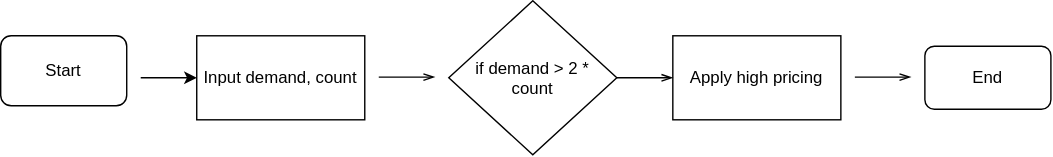
indprog/indprog-i-know-flowchart-aleynaunsal1 keeps this draw.io diagram as flowchart3.drawio.svg. Above is the earlier version. Source tidied: cells renumbered, new cells last; positions are measured from the earlier drawing's top-left corner, leaving out a move shared by most shapes. The source it was exported from:
```xml
<mxGraphModel>
  <root>
    <mxCell id="0" />
    <mxCell id="1" parent="0" />
    <mxCell id="2" value="Start" style="rounded=1;whiteSpace=wrap;html=1;" parent="1" vertex="1">
      <mxGeometry y="25" width="90" height="50" as="geometry" />
    </mxCell>
    <mxCell id="3" style="endArrow=classic;html=1;rounded=0;" parent="1" edge="1">
      <mxGeometry relative="1" as="geometry">
        <mxPoint x="100" y="55" as="sourcePoint" />
        <mxPoint x="140" y="55" as="targetPoint" />
      </mxGeometry>
    </mxCell>
    <mxCell id="4" value="Input demand, count" style="rounded=0;whiteSpace=wrap;html=1;" parent="1" vertex="1">
      <mxGeometry x="140" y="25" width="120" height="60" as="geometry" />
    </mxCell>
    <mxCell id="5" value="if demand &amp;gt; 2 * count" style="rhombus;whiteSpace=wrap;html=1;shapeInside=1;" parent="1" vertex="1">
      <mxGeometry x="320" width="120" height="110" as="geometry" />
    </mxCell>
    <mxCell id="6" style="endArrow=openThin;html=1;rounded=0;endFill=0;" parent="1" edge="1">
      <mxGeometry relative="1" as="geometry">
        <mxPoint x="270" y="54.5" as="sourcePoint" />
        <mxPoint x="310" y="54.5" as="targetPoint" />
      </mxGeometry>
    </mxCell>
    <mxCell id="7" value="Apply high pricing" style="rounded=0;whiteSpace=wrap;html=1;" parent="1" vertex="1">
      <mxGeometry x="480" y="25" width="120" height="60" as="geometry" />
    </mxCell>
    <mxCell id="8" style="endArrow=openThin;html=1;rounded=0;endFill=0;" parent="1" edge="1">
      <mxGeometry relative="1" as="geometry">
        <mxPoint x="440" y="55" as="sourcePoint" />
        <mxPoint x="480" y="55" as="targetPoint" />
      </mxGeometry>
    </mxCell>
    <mxCell id="9" value="End" style="rounded=1;whiteSpace=wrap;html=1;" parent="1" vertex="1">
      <mxGeometry x="660" y="32.5" width="90" height="45" as="geometry" />
    </mxCell>
    <mxCell id="10" style="endArrow=openThin;html=1;rounded=0;endFill=0;" parent="1" edge="1">
      <mxGeometry relative="1" as="geometry">
        <mxPoint x="610" y="54.5" as="sourcePoint" />
        <mxPoint x="650" y="54.5" as="targetPoint" />
      </mxGeometry>
    </mxCell>
  </root>
</mxGraphModel>
```
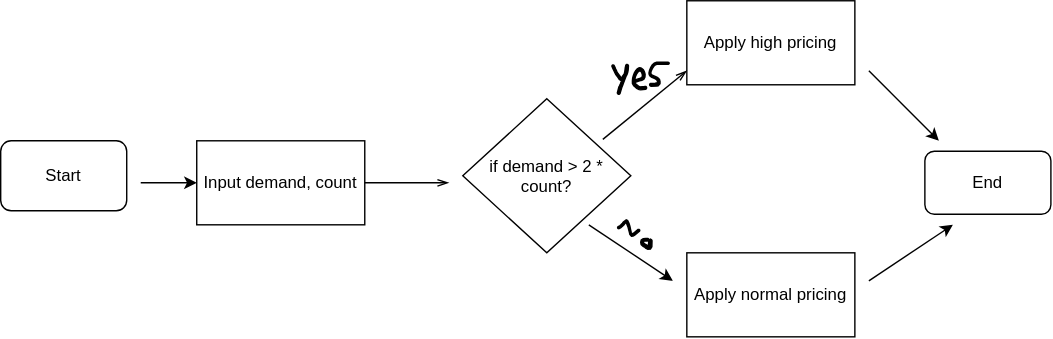
The same diagram one commit later.

The edit, as a diff of the source:
```diff
@@ -14,22 +14,16 @@
     <mxCell id="4" value="Input demand, count" style="rounded=0;whiteSpace=wrap;html=1;" parent="1" vertex="1">
       <mxGeometry x="140" y="25" width="120" height="60" as="geometry" />
     </mxCell>
-    <mxCell id="5" value="if demand &amp;gt; 2 * count" style="rhombus;whiteSpace=wrap;html=1;shapeInside=1;" parent="1" vertex="1">
-      <mxGeometry x="320" width="120" height="110" as="geometry" />
+    <mxCell id="5" value="if demand &amp;gt; 2 * count?" style="rhombus;whiteSpace=wrap;html=1;shapeInside=1;" parent="1" vertex="1">
+      <mxGeometry x="330" y="-5" width="120" height="110" as="geometry" />
     </mxCell>
-    <mxCell id="6" style="endArrow=openThin;html=1;rounded=0;endFill=0;" parent="1" edge="1">
-      <mxGeometry relative="1" as="geometry">
-        <mxPoint x="270" y="54.5" as="sourcePoint" />
-        <mxPoint x="310" y="54.5" as="targetPoint" />
-      </mxGeometry>
-    </mxCell>
     <mxCell id="7" value="Apply high pricing" style="rounded=0;whiteSpace=wrap;html=1;" parent="1" vertex="1">
-      <mxGeometry x="480" y="25" width="120" height="60" as="geometry" />
+      <mxGeometry x="490" y="-75" width="120" height="60" as="geometry" />
     </mxCell>
     <mxCell id="8" style="endArrow=openThin;html=1;rounded=0;endFill=0;" parent="1" edge="1">
       <mxGeometry relative="1" as="geometry">
-        <mxPoint x="440" y="55" as="sourcePoint" />
-        <mxPoint x="480" y="55" as="targetPoint" />
+        <mxPoint x="430" y="24" as="sourcePoint" />
+        <mxPoint x="490" y="-25" as="targetPoint" />
       </mxGeometry>
     </mxCell>
     <mxCell id="9" value="End" style="rounded=1;whiteSpace=wrap;html=1;" parent="1" vertex="1">
@@ -37,9 +31,45 @@
     </mxCell>
     <mxCell id="10" style="endArrow=openThin;html=1;rounded=0;endFill=0;" parent="1" edge="1">
       <mxGeometry relative="1" as="geometry">
-        <mxPoint x="610" y="54.5" as="sourcePoint" />
-        <mxPoint x="650" y="54.5" as="targetPoint" />
+        <mxPoint x="260" y="55" as="sourcePoint" />
+        <mxPoint x="320" y="55" as="targetPoint" />
       </mxGeometry>
     </mxCell>
+    <mxCell id="11" value="Apply normal pricing" style="rounded=0;whiteSpace=wrap;html=1;" parent="1" vertex="1">
+      <mxGeometry x="490" y="105" width="120" height="60" as="geometry" />
+    </mxCell>
+    <mxCell id="12" style="endArrow=classic;html=1;rounded=0;" parent="1" edge="1">
+      <mxGeometry relative="1" as="geometry">
+        <mxPoint x="420" y="85" as="sourcePoint" />
+        <mxPoint x="480" y="125" as="targetPoint" />
+      </mxGeometry>
+    </mxCell>
+    <mxCell id="13" style="endArrow=classic;html=1;rounded=0;" parent="1" edge="1">
+      <mxGeometry relative="1" as="geometry">
+        <mxPoint x="620" y="-25" as="sourcePoint" />
+        <mxPoint x="670" y="25" as="targetPoint" />
+      </mxGeometry>
+    </mxCell>
+    <mxCell id="14" style="endArrow=classic;html=1;rounded=0;" parent="1" edge="1">
+      <mxGeometry relative="1" as="geometry">
+        <mxPoint x="620" y="125" as="sourcePoint" />
+        <mxPoint x="680" y="85" as="targetPoint" />
+      </mxGeometry>
+    </mxCell>
+    <mxCell id="15" style="shape=(stored shape, 1340 characters);lineShape=1;strokeColor=default;" parent="1" vertex="1">
+      <mxGeometry x="436.5" y="-29.5" width="11.8" height="21.3" as="geometry" />
+    </mxCell>
+    <mxCell id="16" style="shape=(stored shape, 1088 characters);lineShape=1;strokeColor=default;" parent="1" vertex="1">
+      <mxGeometry x="451.1" y="-27.1" width="10.2" height="15.7" as="geometry" />
+    </mxCell>
+    <mxCell id="17" style="shape=(stored shape, 988 characters);lineShape=1;strokeColor=default;" parent="1" vertex="1">
+      <mxGeometry x="463" y="-31.1" width="14.4" height="17.1" as="geometry" />
+    </mxCell>
+    <mxCell id="18" style="shape=(stored shape, 892 characters);lineShape=1;strokeColor=default;" parent="1" vertex="1">
+      <mxGeometry x="440.6" y="81.5" width="15.8" height="11.7" as="geometry" />
+    </mxCell>
+    <mxCell id="19" style="shape=(stored shape, 792 characters);lineShape=1;strokeColor=default;" parent="1" vertex="1">
+      <mxGeometry x="457" y="94.8" width="8.1" height="7.7" as="geometry" />
+    </mxCell>
   </root>
 </mxGraphModel>
```
